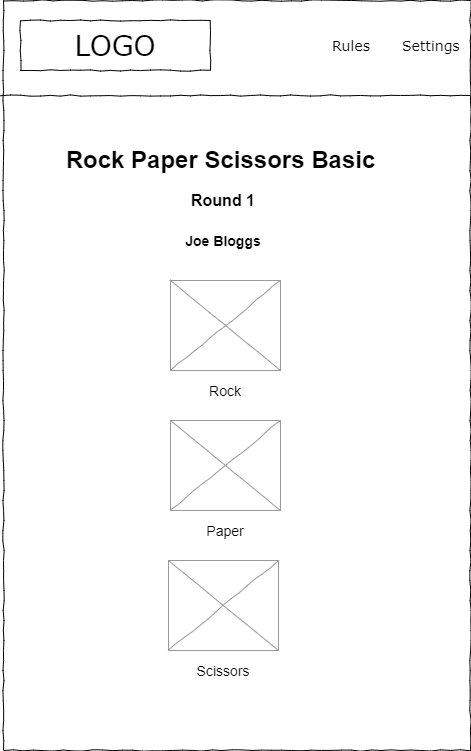
Before: design/img/rps-xtreme-game-play-basic-small.drawio.png, a diagram exported from draw.io (ibuttimer/rock-paper-scissors-xtreme). Source tidied: cells renumbered, new cells last; positions are measured from the earlier drawing's top-left corner, leaving out a move shared by most shapes. Its diagram source:
```xml
<mxGraphModel>
  <root>
    <mxCell id="0" />
    <mxCell id="1" parent="0" />
    <mxCell id="2" style="whiteSpace=wrap;html=1;rounded=0;shadow=0;labelBackgroundColor=none;strokeColor=#000000;strokeWidth=1;fillColor=none;fontFamily=Verdana;fontSize=12;fontColor=#000000;align=center;comic=1;" parent="1" vertex="1">
      <mxGeometry x="3" width="467" height="750" as="geometry" />
    </mxCell>
    <mxCell id="3" value="LOGO" style="whiteSpace=wrap;html=1;rounded=0;shadow=0;labelBackgroundColor=none;strokeWidth=1;fontFamily=Verdana;fontSize=28;align=center;comic=1;" parent="1" vertex="1">
      <mxGeometry x="20" y="20" width="190" height="50" as="geometry" />
    </mxCell>
    <mxCell id="4" value="Rules" style="text;html=1;align=left;verticalAlign=top;spacingTop=-4;fontSize=14;fontFamily=Verdana;" parent="1" vertex="1">
      <mxGeometry x="330" y="35" width="60" height="20" as="geometry" />
    </mxCell>
    <mxCell id="5" value="Settings" style="text;html=1;align=left;verticalAlign=top;spacingTop=-4;fontSize=14;fontFamily=Verdana;" parent="1" vertex="1">
      <mxGeometry x="400" y="35" width="60" height="20" as="geometry" />
    </mxCell>
    <mxCell id="6" style="line;strokeWidth=1;html=1;rounded=0;shadow=0;labelBackgroundColor=none;fillColor=none;fontFamily=Verdana;fontSize=14;fontColor=#000000;align=center;comic=1;" parent="1" vertex="1">
      <mxGeometry y="90" width="470" height="10" as="geometry" />
    </mxCell>
    <mxCell id="7" value="Rock Paper Scissors Basic" style="text;strokeColor=none;fillColor=none;html=1;fontSize=24;fontStyle=1;verticalAlign=middle;align=center;" parent="1" vertex="1">
      <mxGeometry x="170" y="140" width="100" height="40" as="geometry" />
    </mxCell>
    <mxCell id="8" style="verticalLabelPosition=bottom;shadow=0;dashed=0;align=center;html=1;verticalAlign=top;strokeWidth=1;shape=mxgraph.mockup.graphics.simpleIcon;strokeColor=#999999;rounded=0;labelBackgroundColor=none;fontFamily=Verdana;fontSize=14;fontColor=#000000;comic=1;" parent="1" vertex="1">
      <mxGeometry x="170" y="280" width="110" height="90" as="geometry" />
    </mxCell>
    <object id="9" label="&lt;font style=&quot;font-size: 14px;&quot;&gt;Rock&lt;/font&gt;" name="Variable" placeholders="1">
      <mxCell style="text;html=1;strokeColor=none;fillColor=none;align=center;verticalAlign=middle;whiteSpace=wrap;overflow=hidden;" parent="1" vertex="1">
        <mxGeometry x="185" y="380" width="80" height="20" as="geometry" />
      </mxCell>
    </object>
    <mxCell id="10" style="verticalLabelPosition=bottom;shadow=0;dashed=0;align=center;html=1;verticalAlign=top;strokeWidth=1;shape=mxgraph.mockup.graphics.simpleIcon;strokeColor=#999999;rounded=0;labelBackgroundColor=none;fontFamily=Verdana;fontSize=14;fontColor=#000000;comic=1;" parent="1" vertex="1">
      <mxGeometry x="170" y="420" width="110" height="90" as="geometry" />
    </mxCell>
    <object id="11" label="&lt;font style=&quot;font-size: 14px;&quot;&gt;Paper&lt;/font&gt;" name="Variable" placeholders="1">
      <mxCell style="text;html=1;strokeColor=none;fillColor=none;align=center;verticalAlign=middle;whiteSpace=wrap;overflow=hidden;" parent="1" vertex="1">
        <mxGeometry x="185" y="520" width="80" height="20" as="geometry" />
      </mxCell>
    </object>
    <mxCell id="12" style="verticalLabelPosition=bottom;shadow=0;dashed=0;align=center;html=1;verticalAlign=top;strokeWidth=1;shape=mxgraph.mockup.graphics.simpleIcon;strokeColor=#999999;rounded=0;labelBackgroundColor=none;fontFamily=Verdana;fontSize=14;fontColor=#000000;comic=1;" parent="1" vertex="1">
      <mxGeometry x="168" y="560" width="110" height="90" as="geometry" />
    </mxCell>
    <object id="13" label="&lt;font style=&quot;font-size: 14px;&quot;&gt;Scissors&lt;/font&gt;" name="Variable" placeholders="1">
      <mxCell style="text;html=1;strokeColor=none;fillColor=none;align=center;verticalAlign=middle;whiteSpace=wrap;overflow=hidden;" parent="1" vertex="1">
        <mxGeometry x="183" y="660" width="80" height="20" as="geometry" />
      </mxCell>
    </object>
    <object id="14" label="&lt;b style=&quot;&quot;&gt;&lt;font style=&quot;font-size: 16px;&quot;&gt;Round 1&lt;/font&gt;&lt;/b&gt;" name="Variable" placeholders="1">
      <mxCell style="text;html=1;strokeColor=none;fillColor=none;align=center;verticalAlign=middle;whiteSpace=wrap;overflow=hidden;" parent="1" vertex="1">
        <mxGeometry x="143" y="180" width="160" height="40" as="geometry" />
      </mxCell>
    </object>
    <object id="15" label="&lt;span style=&quot;font-size: 16px;&quot;&gt;&lt;b style=&quot;font-size: 14px;&quot;&gt;Joe Bloggs&lt;/b&gt;&lt;/span&gt;" name="Variable" placeholders="1">
      <mxCell style="text;html=1;strokeColor=none;fillColor=none;align=center;verticalAlign=middle;whiteSpace=wrap;overflow=hidden;" parent="1" vertex="1">
        <mxGeometry x="143" y="220" width="160" height="40" as="geometry" />
      </mxCell>
    </object>
  </root>
</mxGraphModel>
```
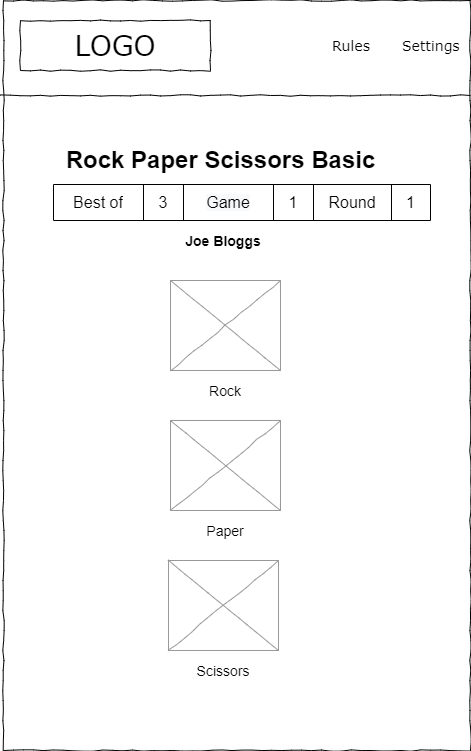
Above is the later version.

Change to the diagram source:
```diff
@@ -44,15 +44,34 @@
         <mxGeometry x="183" y="660" width="80" height="20" as="geometry" />
       </mxCell>
     </object>
-    <object id="14" label="&lt;b style=&quot;&quot;&gt;&lt;font style=&quot;font-size: 16px;&quot;&gt;Round 1&lt;/font&gt;&lt;/b&gt;" name="Variable" placeholders="1">
-      <mxCell style="text;html=1;strokeColor=none;fillColor=none;align=center;verticalAlign=middle;whiteSpace=wrap;overflow=hidden;" parent="1" vertex="1">
-        <mxGeometry x="143" y="180" width="160" height="40" as="geometry" />
-      </mxCell>
-    </object>
     <object id="15" label="&lt;span style=&quot;font-size: 16px;&quot;&gt;&lt;b style=&quot;font-size: 14px;&quot;&gt;Joe Bloggs&lt;/b&gt;&lt;/span&gt;" name="Variable" placeholders="1">
       <mxCell style="text;html=1;strokeColor=none;fillColor=none;align=center;verticalAlign=middle;whiteSpace=wrap;overflow=hidden;" parent="1" vertex="1">
         <mxGeometry x="143" y="220" width="160" height="40" as="geometry" />
       </mxCell>
     </object>
+    <mxCell id="16" style="shape=table;html=1;whiteSpace=wrap;startSize=0;fontSize=16;" parent="1" vertex="1">
+      <mxGeometry x="53" y="184" width="377" height="36" as="geometry" />
+    </mxCell>
+    <mxCell id="17" style="shape=tableRow;horizontal=0;startSize=0;swimlaneHead=0;swimlaneBody=0;top=0;left=0;bottom=0;right=0;fillColor=none;fontSize=16;" parent="16" vertex="1">
+      <mxGeometry width="377" height="36" as="geometry" />
+    </mxCell>
+    <mxCell id="18" value="Best of" style="shape=partialRectangle;html=1;whiteSpace=wrap;fillColor=none;top=0;left=0;bottom=0;right=0;overflow=hidden;fontSize=16;" parent="17" vertex="1">
+      <mxGeometry width="90" height="36" as="geometry" />
+    </mxCell>
+    <mxCell id="19" value="3" style="shape=partialRectangle;html=1;whiteSpace=wrap;fillColor=none;top=0;left=0;bottom=0;right=0;overflow=hidden;fontSize=16;" parent="17" vertex="1">
+      <mxGeometry x="90" width="40" height="36" as="geometry" />
+    </mxCell>
+    <mxCell id="20" value="&lt;span style=&quot;color: rgb(0, 0, 0); font-family: Helvetica; font-size: 16px; font-style: normal; font-variant-ligatures: normal; font-variant-caps: normal; font-weight: 400; letter-spacing: normal; orphans: 2; text-align: center; text-indent: 0px; text-transform: none; widows: 2; word-spacing: 0px; -webkit-text-stroke-width: 0px; background-color: rgb(248, 249, 250); text-decoration-thickness: initial; text-decoration-style: initial; text-decoration-color: initial; float: none; display: inline !important;&quot;&gt;Game&lt;/span&gt;" style="shape=partialRectangle;html=1;whiteSpace=wrap;fillColor=none;top=0;left=0;bottom=0;right=0;overflow=hidden;fontSize=16;" parent="17" vertex="1">
+      <mxGeometry x="130" width="90" height="36" as="geometry" />
+    </mxCell>
+    <mxCell id="21" value="1" style="shape=partialRectangle;html=1;whiteSpace=wrap;fillColor=none;top=0;left=0;bottom=0;right=0;overflow=hidden;fontSize=16;" parent="17" vertex="1">
+      <mxGeometry x="220" width="40" height="36" as="geometry" />
+    </mxCell>
+    <mxCell id="22" value="Round" style="shape=partialRectangle;html=1;whiteSpace=wrap;fillColor=none;top=0;left=0;bottom=0;right=0;overflow=hidden;fontSize=16;" parent="17" vertex="1">
+      <mxGeometry x="260" width="78" height="36" as="geometry" />
+    </mxCell>
+    <mxCell id="23" value="1" style="shape=partialRectangle;html=1;whiteSpace=wrap;fillColor=none;top=0;left=0;bottom=0;right=0;overflow=hidden;fontSize=16;" parent="17" vertex="1">
+      <mxGeometry x="338" width="39" height="36" as="geometry" />
+    </mxCell>
   </root>
 </mxGraphModel>
```
